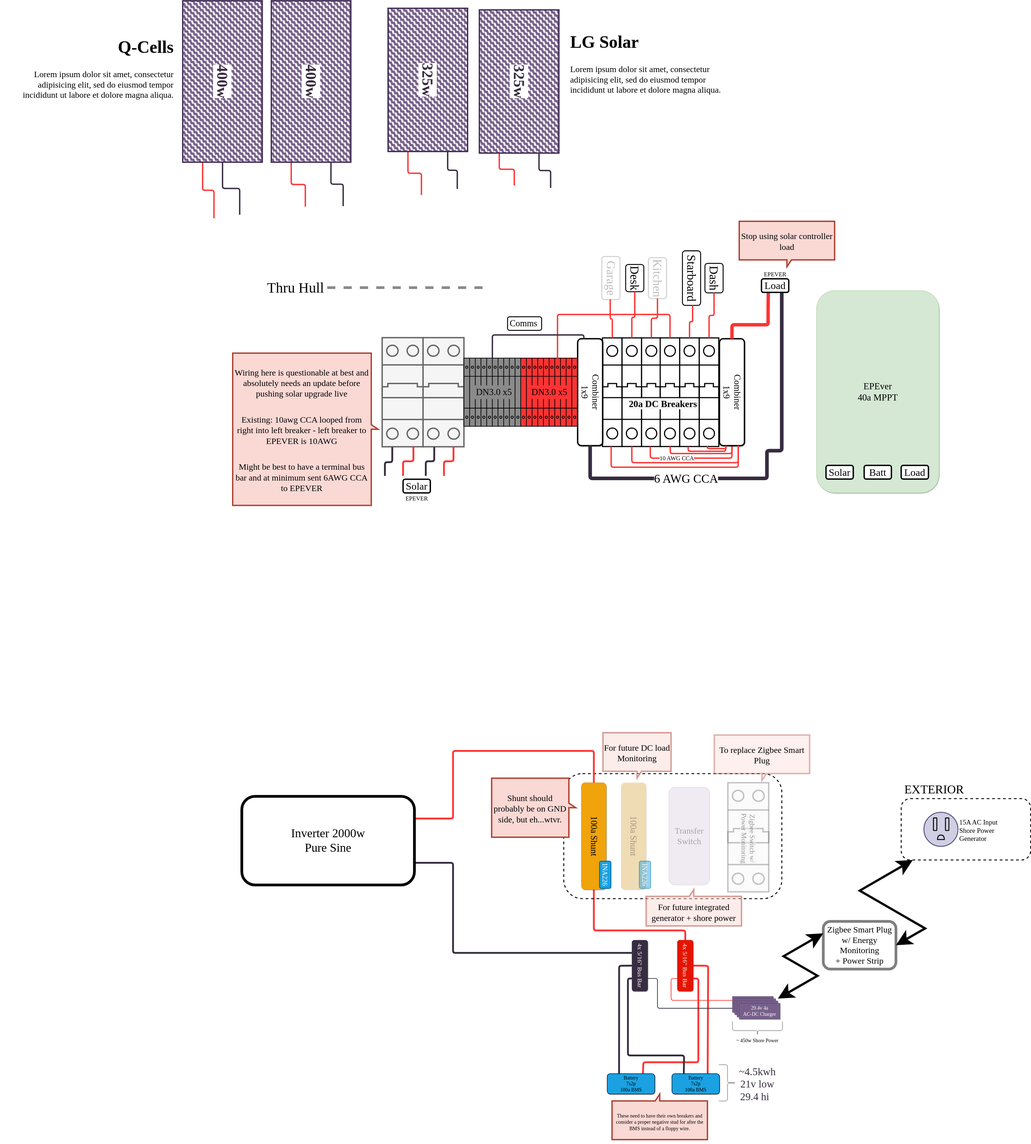
clomads/gary-bussy keeps this draw.io diagram as gary-bussy-electrical.drawio.svg. Above is the earlier version. Source tidied: cells renumbered, new cells last; positions are measured from the earlier drawing's top-left corner, leaving out a move shared by most shapes.
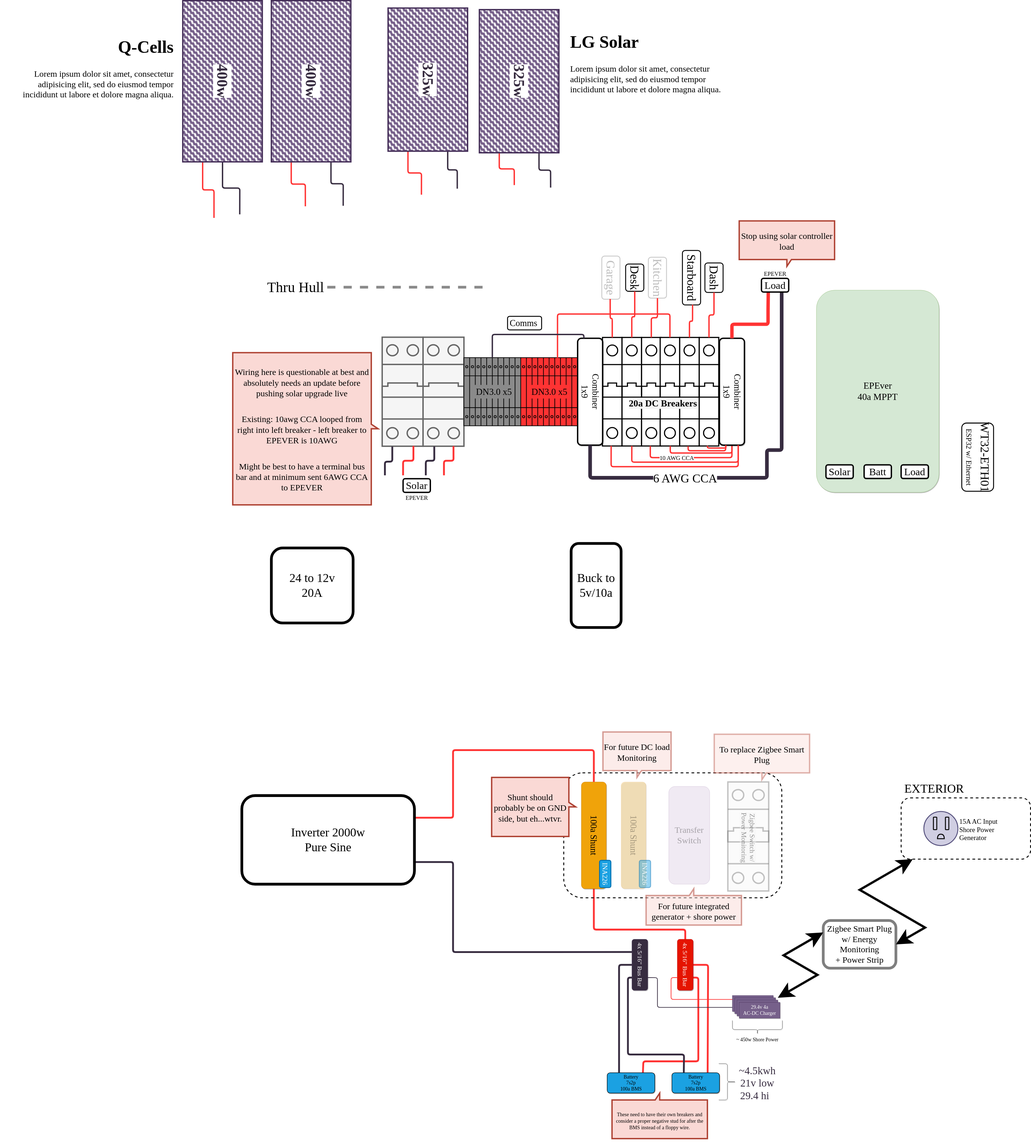
The same diagram one commit later.

Commit message:
comms buck converters

What changed in the source:
```diff
@@ -527,5 +527,14 @@
     <mxCell id="127" value="&lt;font color=&quot;#ffffff&quot;&gt;29.4v 4a &lt;br&gt;AC-DC Charger&lt;/font&gt;" style="rounded=0;whiteSpace=wrap;html=1;shadow=1;sketch=0;fontFamily=League Spartan;fontSource=https%3A%2F%2Ffonts.googleapis.com%2Fcss%3Ffamily%3DLeague%2BSpartan;fontSize=22;fillColor=#76608a;fontColor=#ffffff;strokeColor=#432D57;" parent="123" vertex="1">
       <mxGeometry x="30" y="30" width="180" height="70" as="geometry" />
     </mxCell>
+    <mxCell id="128" value="WT32-ETH01&lt;br style=&quot;font-size: 24px;&quot;&gt;&lt;font style=&quot;font-size: 33px;&quot;&gt;ESP32 w/ Ethernet&lt;/font&gt;" style="text;html=1;align=center;verticalAlign=middle;fontSize=53;fontFamily=League Spartan;rotation=90;strokeColor=default;rounded=1;fillColor=default;strokeWidth=4;" parent="1" vertex="1">
+      <mxGeometry x="4151" y="1844" width="300" height="140" as="geometry" />
+    </mxCell>
+    <mxCell id="129" value="24 to 12v&lt;br&gt;20A" style="rounded=1;whiteSpace=wrap;html=1;shadow=0;sketch=0;strokeWidth=12;fontFamily=League Spartan;fontSource=https%3A%2F%2Ffonts.googleapis.com%2Fcss%3Ffamily%3DLeague%2BSpartan;fontSize=53;strokeColor=default;" parent="1" vertex="1">
+      <mxGeometry x="1191" y="2314" width="360" height="330" as="geometry" />
+    </mxCell>
+    <mxCell id="130" value="Buck to &lt;br&gt;5v/10a" style="rounded=1;whiteSpace=wrap;html=1;shadow=0;sketch=0;strokeWidth=12;fontFamily=League Spartan;fontSource=https%3A%2F%2Ffonts.googleapis.com%2Fcss%3Ffamily%3DLeague%2BSpartan;fontSize=53;strokeColor=default;" parent="1" vertex="1">
+      <mxGeometry x="2511" y="2294" width="220" height="370" as="geometry" />
+    </mxCell>
   </root>
 </mxGraphModel>
```
